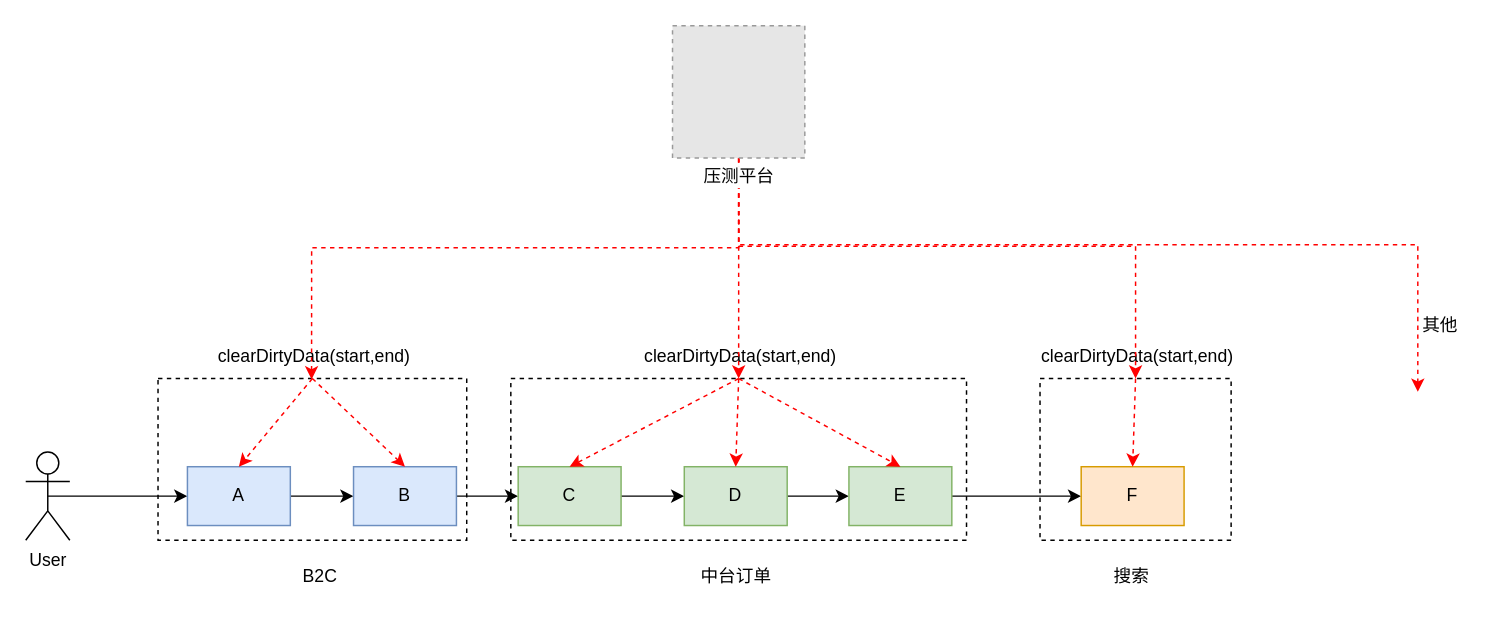
Earlier version of the draw.io diagram tc/脏数据清理.drawio (zhuanzhuan-tech/arch-draw-io). Source tidied: cells renumbered, new cells numbered last; positions are measured from the earlier drawing's top-left corner, leaving out a move shared by most shapes. Both pictures are drawn from the tidied source at 147%, with x=0, y=0 at pixel (25, 25). Pictures stored in the file or linked from it are replaced by grey dashed boxes.
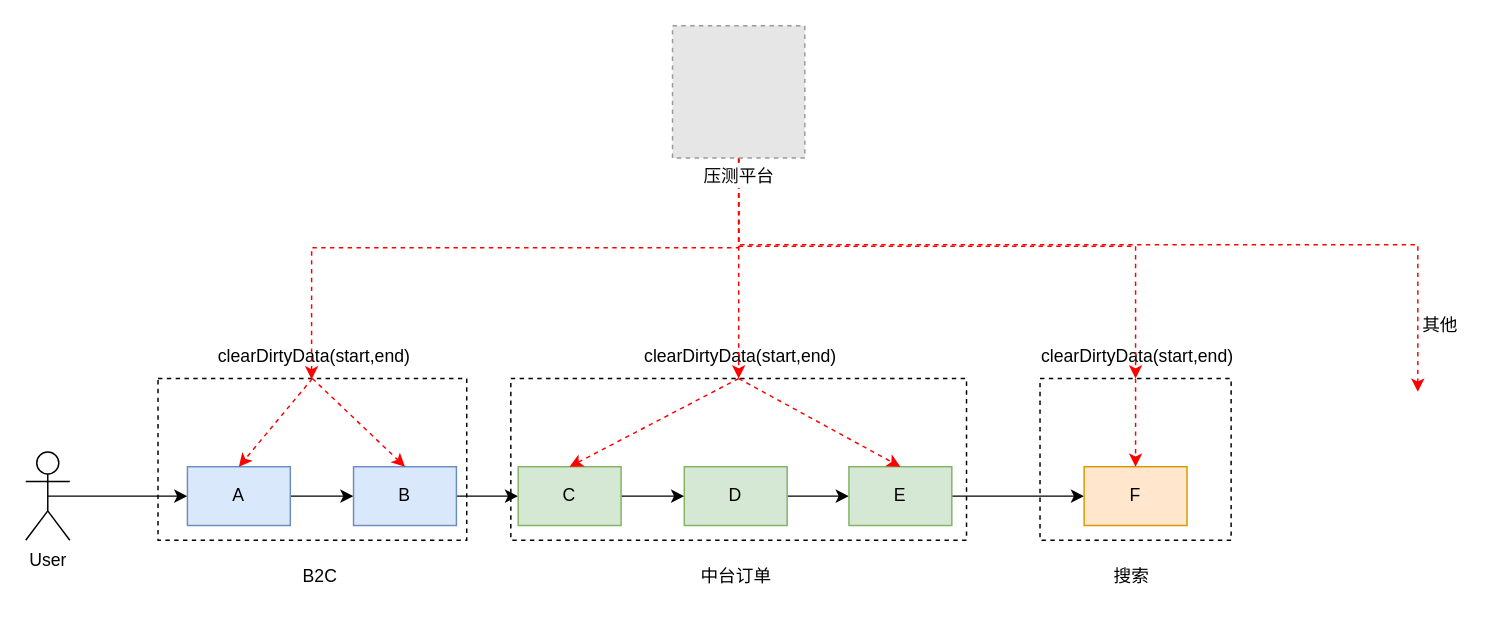
After the change.

Commit message:
更新脏数据清理.drawio

Unchanged cells that the change refers to:
```xml
<mxCell id="3" style="rounded=0;whiteSpace=wrap;html=1;fillColor=none;dashed=1;" parent="1" vertex="1">
  <mxGeometry x="330" y="240" width="310" height="110" as="geometry" />
</mxCell>
<mxCell id="14" value="D" style="rounded=0;whiteSpace=wrap;html=1;fillColor=#d5e8d4;strokeColor=#82b366;" parent="1" vertex="1">
  <mxGeometry x="448" y="300" width="70" height="40" as="geometry" />
</mxCell>
```

Change to the diagram source:
```diff
@@
     <mxCell id="17" value="F" style="rounded=0;whiteSpace=wrap;html=1;fillColor=#ffe6cc;strokeColor=#d79b00;" parent="1" vertex="1">
-      <mxGeometry x="718" y="300" width="70" height="40" as="geometry" />
+      <mxGeometry x="720" y="300" width="70" height="40" as="geometry" />
     </mxCell>
@@
-    <mxCell id="26" style="endArrow=classic;html=1;rounded=0;exitX=0.5;exitY=0;exitDx=0;exitDy=0;entryX=0.5;entryY=0;entryDx=0;entryDy=0;dashed=1;strokeColor=#FF0000;" parent="1" edge="1" source="3" target="14">
-      <mxGeometry relative="1" as="geometry" />
-    </mxCell>
```
